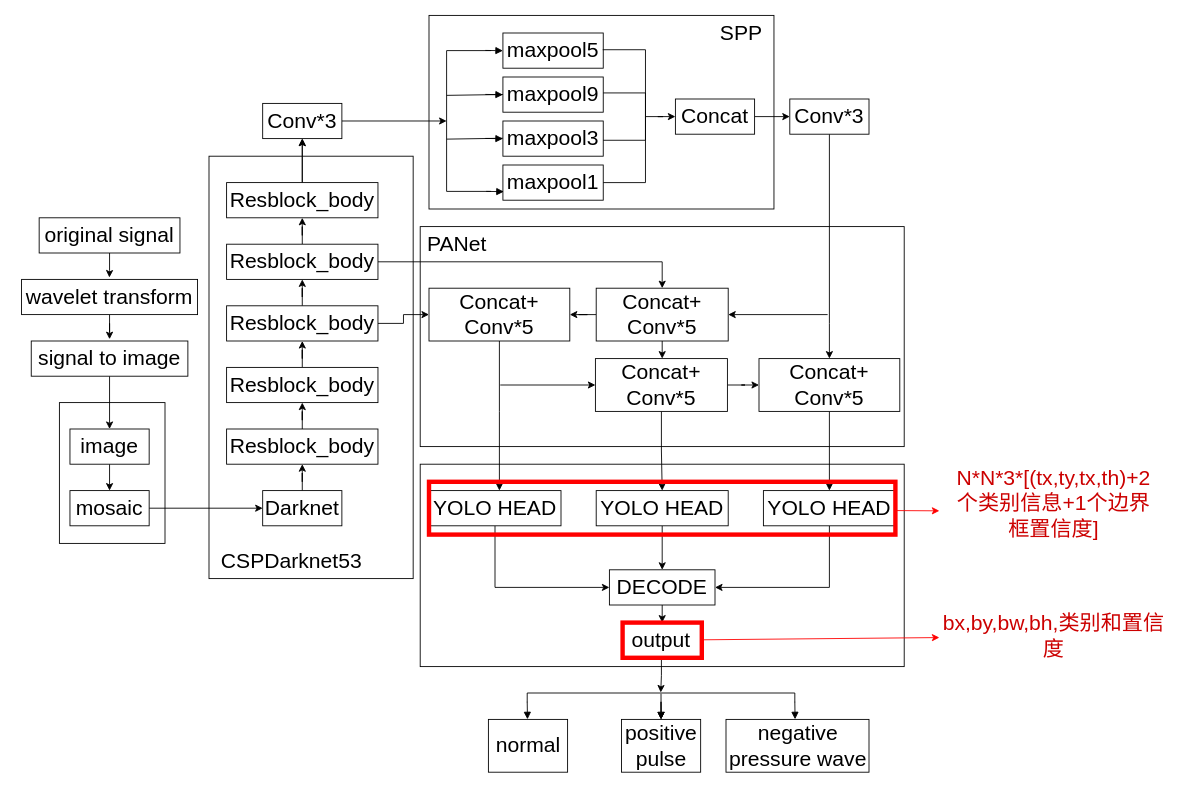
RyougiShki/hhhh keeps this draw.io diagram as page "第 2 页" (2 of 7) of Untitled Diagram.drawio. Above is the earlier version. Source tidied: cells renumbered, new cells numbered last; positions are measured from the earlier drawing's top-left corner, leaving out a move shared by most shapes. Both pictures are drawn from the tidied source at 88%, with x=0, y=0 at pixel (21, 15).
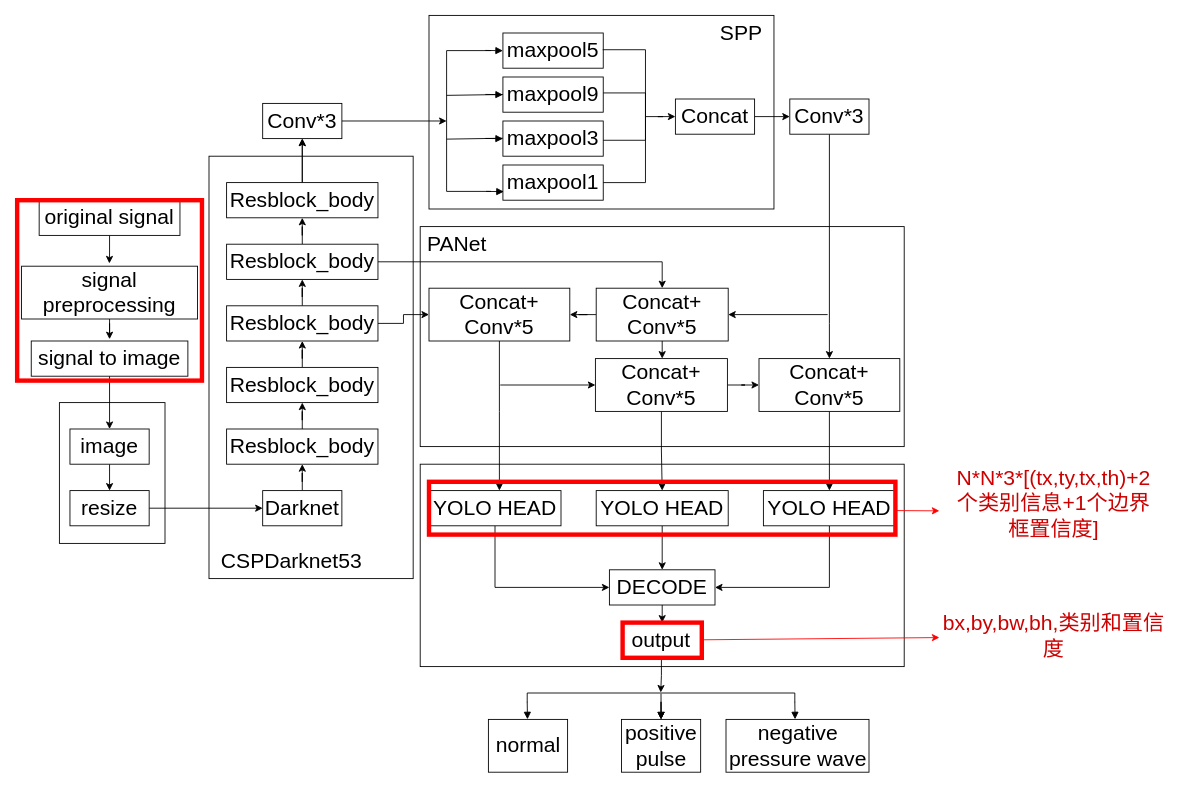
After the change.

Change to the diagram source:
```diff
@@
-    <mxCell id="9" value="&lt;font style=&quot;font-size: 24px&quot;&gt;mosaic&lt;/font&gt;" style="rounded=0;whiteSpace=wrap;html=1;" parent="1" vertex="1">
+    <mxCell id="9" value="&lt;font style=&quot;font-size: 24px&quot;&gt;resize&lt;/font&gt;" style="rounded=0;whiteSpace=wrap;html=1;" parent="1" vertex="1">
       <mxGeometry x="55" y="540" width="90" height="40" as="geometry" />
     </mxCell>
@@
     <mxCell id="73" value="&lt;span style=&quot;font-size: 24px&quot;&gt;original signal&lt;/span&gt;" style="rounded=0;whiteSpace=wrap;html=1;" parent="1" vertex="1">
-      <mxGeometry x="20" y="230" width="160" height="40" as="geometry" />
+      <mxGeometry x="20" y="210" width="160" height="40" as="geometry" />
     </mxCell>
@@
-    <mxCell id="75" value="&lt;font style=&quot;font-size: 24px&quot;&gt;wavelet transform&lt;/font&gt;" style="rounded=0;whiteSpace=wrap;html=1;" parent="1" vertex="1">
-      <mxGeometry y="300" width="200" height="40" as="geometry" />
+    <mxCell id="75" value="&lt;font style=&quot;font-size: 24px&quot;&gt;signal preprocessing&lt;/font&gt;" style="rounded=0;whiteSpace=wrap;html=1;" parent="1" vertex="1">
+      <mxGeometry y="285" width="200" height="60" as="geometry" />
     </mxCell>
@@
+    <mxCell id="93" style="rounded=0;whiteSpace=wrap;html=1;strokeColor=#FF0000;fillColor=none;strokeWidth=5;" parent="1" vertex="1">
+      <mxGeometry x="-5" y="210" width="210" height="205" as="geometry" />
+    </mxCell>
```
